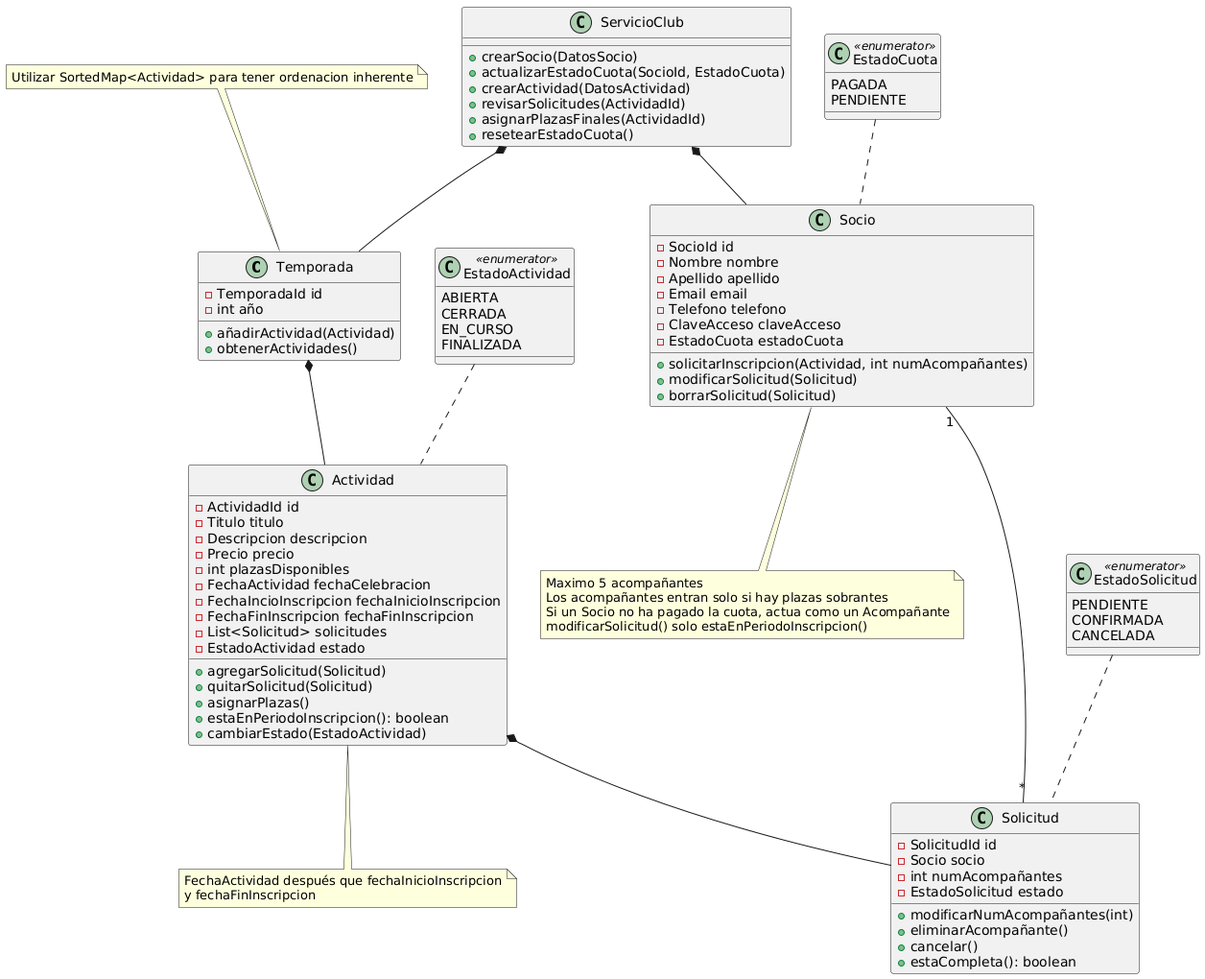
The PlantUML diagram images/diagrama.png in Pedrotc02/DAE2024-25, before a commit. The source it was exported from:
```plantuml
@startuml
class Temporada {
    -TemporadaId id
    -int año
    +añadirActividad(Actividad)
    +obtenerActividades()
}

note "Utilizar SortedMap<Actividad> para tener ordenacion inherente" as N3
N3 .. Temporada

class Socio {
    -SocioId id
    -Nombre nombre
    -Apellido apellido
    -Email email
    -Telefono telefono
    -ClaveAcceso claveAcceso
    -EstadoCuota estadoCuota
    +solicitarInscripcion(Actividad, int numAcompañantes)
    +modificarSolicitud(Solicitud)
    +borrarSolicitud(Solicitud)
}

note "Maximo 5 acompañantes\nLos acompañantes entran solo si hay plazas sobrantes\nSi un Socio no ha pagado la cuota, actua como un Acompañante\nmodificarSolicitud() solo estaEnPeriodoInscripcion()" as N2
Socio .. N2

class Actividad {
    -ActividadId id
    -Titulo titulo
    -Descripcion descripcion
    -Precio precio
    -int plazasDisponibles
    -FechaActividad fechaCelebracion
    -FechaIncioInscripcion fechaInicioInscripcion
    -FechaFinInscripcion fechaFinInscripcion
    -List<Solicitud> solicitudes
    -EstadoActividad estado
    +agregarSolicitud(Solicitud)
    +quitarSolicitud(Solicitud)
    +asignarPlazas()
    +estaEnPeriodoInscripcion(): boolean
    +cambiarEstado(EstadoActividad)
}

note "FechaActividad después que fechaInicioInscripcion\ny fechaFinInscripcion" as N1
Actividad .. N1

class Solicitud {
    -SolicitudId id
    -Socio socio
    -int numAcompañantes
    -EstadoSolicitud estado
    +modificarNumAcompañantes(int)
    +eliminarAcompañante()
    +cancelar()
    +estaCompleta(): boolean
}

class ServicioClub {
    +crearSocio(DatosSocio)
    +actualizarEstadoCuota(SocioId, EstadoCuota)
    +crearActividad(DatosActividad)
    +revisarSolicitudes(ActividadId)
    +asignarPlazasFinales(ActividadId)
    +resetearEstadoCuota()
}

class EstadoActividad <<enumerator>> {
    ABIERTA
    CERRADA
    EN_CURSO
    FINALIZADA
}

class EstadoCuota <<enumerator>> {
    PAGADA
    PENDIENTE
}

class EstadoSolicitud <<enumerator>> {
    PENDIENTE
    CONFIRMADA
    CANCELADA
}

Temporada  *-- Actividad
Actividad *-- Solicitud
Socio "1" -- "*" Solicitud
ServicioClub *-- Socio
EstadoCuota .. Socio
EstadoSolicitud .. Solicitud
EstadoActividad .. Actividad
ServicioClub *-- Temporada
@enduml
```
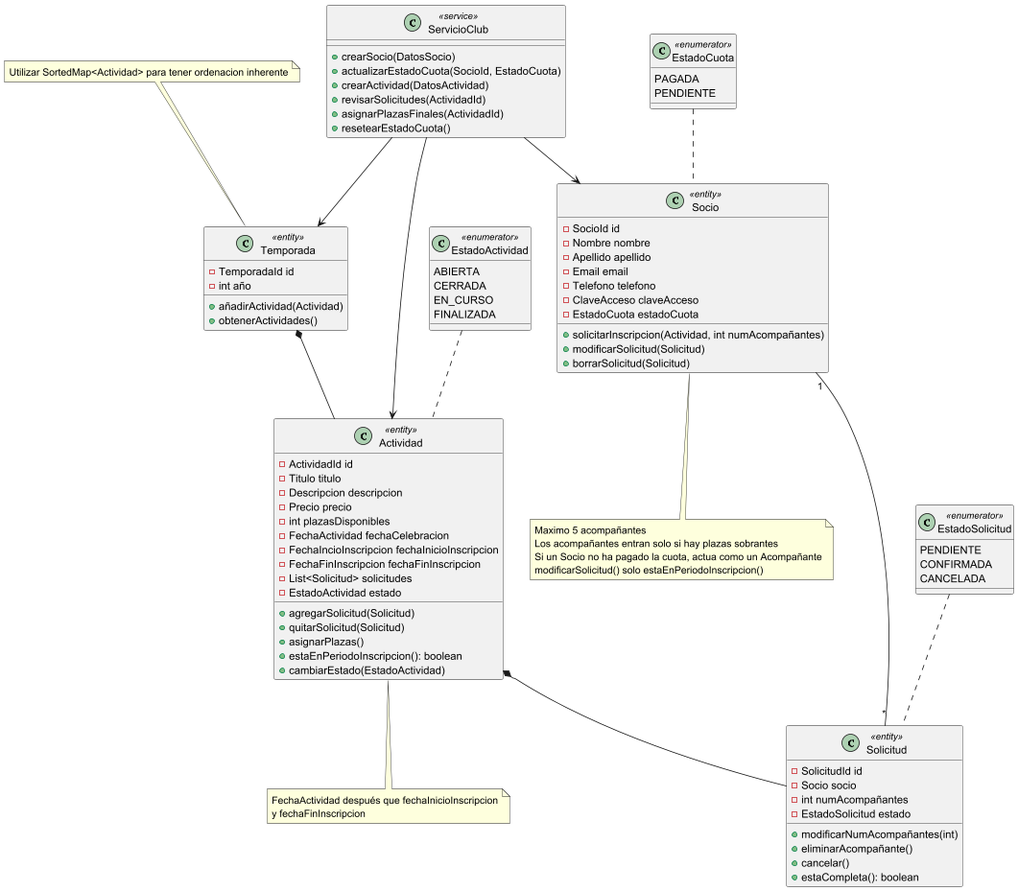
After the commit.

Change to the diagram source:
```diff
@@ -1,5 +1,5 @@
 @startuml
-class Temporada {
+class Temporada <<entity>> {
     -TemporadaId id
     -int año
     +añadirActividad(Actividad)
@@ -9,7 +9,7 @@
 note "Utilizar SortedMap<Actividad> para tener ordenacion inherente" as N3
 N3 .. Temporada
 
-class Socio {
+class Socio <<entity>> {
     -SocioId id
     -Nombre nombre
     -Apellido apellido
@@ -25,7 +25,7 @@
 note "Maximo 5 acompañantes\nLos acompañantes entran solo si hay plazas sobrantes\nSi un Socio no ha pagado la cuota, actua como un Acompañante\nmodificarSolicitud() solo estaEnPeriodoInscripcion()" as N2
 Socio .. N2
 
-class Actividad {
+class Actividad <<entity>> {
     -ActividadId id
     -Titulo titulo
     -Descripcion descripcion
@@ -46,7 +46,7 @@
 note "FechaActividad después que fechaInicioInscripcion\ny fechaFinInscripcion" as N1
 Actividad .. N1
 
-class Solicitud {
+class Solicitud <<entity>> {
     -SolicitudId id
     -Socio socio
     -int numAcompañantes
@@ -57,7 +57,7 @@
     +estaCompleta(): boolean
 }
 
-class ServicioClub {
+class ServicioClub <<service>> {
     +crearSocio(DatosSocio)
     +actualizarEstadoCuota(SocioId, EstadoCuota)
     +crearActividad(DatosActividad)
@@ -87,9 +87,11 @@
 Temporada  *-- Actividad
 Actividad *-- Solicitud
 Socio "1" -- "*" Solicitud
-ServicioClub *-- Socio
 EstadoCuota .. Socio
 EstadoSolicitud .. Solicitud
 EstadoActividad .. Actividad
-ServicioClub *-- Temporada
+ServicioClub --> Actividad
+ServicioClub --> Temporada
+ServicioClub --> Socio
+
 @enduml
```
